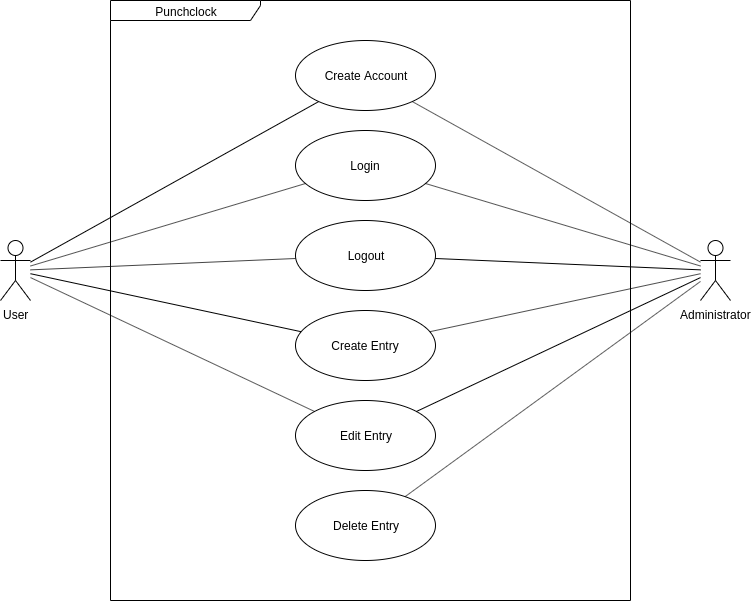
Before: documentation/images/UseCaseDiagram.png, a diagram exported from draw.io (DamienFlury/punchclock). Source tidied: cells renumbered, new cells last; positions are measured from the earlier drawing's top-left corner, leaving out a move shared by most shapes.
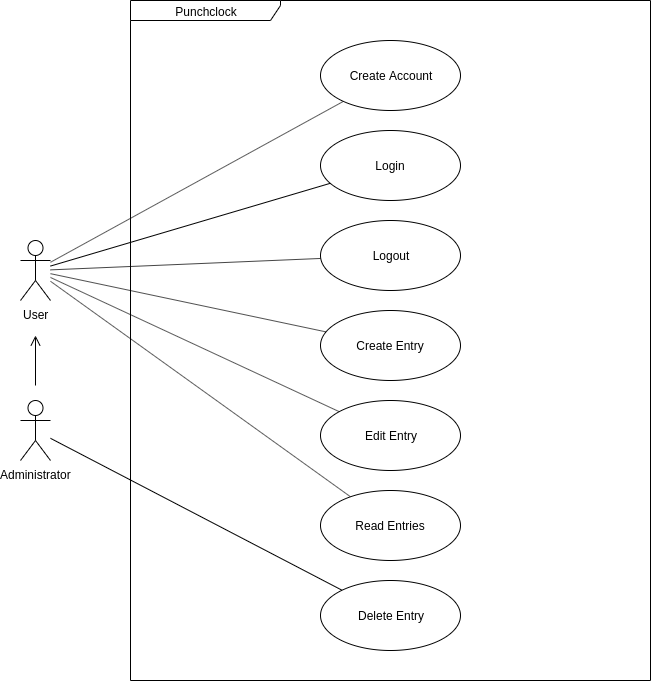
Later version of the same file.

Diff of the diagram source:
```diff
@@ -3,7 +3,7 @@
     <mxCell id="0" />
     <mxCell id="1" parent="0" />
     <mxCell id="2" value="Punchclock" style="shape=umlFrame;whiteSpace=wrap;html=1;width=150;height=20;" parent="1" vertex="1">
-      <mxGeometry x="110" width="520" height="600" as="geometry" />
+      <mxGeometry x="105" width="520" height="680" as="geometry" />
     </mxCell>
     <mxCell id="3" style="rounded=0;jettySize=auto;html=1;endArrow=none;endFill=0;" parent="1" edge="1" source="8" target="9">
       <mxGeometry relative="1" as="geometry" />
@@ -20,8 +20,11 @@
     <mxCell id="7" style="edgeStyle=none;rounded=0;jettySize=auto;html=1;endArrow=none;endFill=0;" parent="1" edge="1" source="8" target="12">
       <mxGeometry relative="1" as="geometry" />
     </mxCell>
+    <mxCell id="22" style="edgeStyle=none;rounded=1;jettySize=auto;html=1;endArrow=none;endFill=0;endSize=8;strokeColor=#000000;" parent="1" edge="1" source="8" target="24">
+      <mxGeometry relative="1" as="geometry" />
+    </mxCell>
     <mxCell id="8" value="User" style="shape=umlActor;verticalLabelPosition=bottom;labelBackgroundColor=#ffffff;verticalAlign=top;html=1;" parent="1" vertex="1">
-      <mxGeometry y="240" width="30" height="60" as="geometry" />
+      <mxGeometry x="-5" y="240" width="30" height="60" as="geometry" />
     </mxCell>
     <mxCell id="9" value="Create Account" style="ellipse;whiteSpace=wrap;html=1;" parent="1" vertex="1">
       <mxGeometry x="295" y="40" width="140" height="70" as="geometry" />
@@ -39,28 +42,22 @@
       <mxGeometry x="295" y="220" width="140" height="70" as="geometry" />
     </mxCell>
     <mxCell id="14" value="Delete Entry" style="ellipse;whiteSpace=wrap;html=1;" parent="1" vertex="1">
-      <mxGeometry x="295" y="490" width="140" height="70" as="geometry" />
+      <mxGeometry x="295" y="580" width="140" height="70" as="geometry" />
     </mxCell>
-    <mxCell id="15" style="edgeStyle=none;rounded=0;jettySize=auto;html=1;endArrow=none;endFill=0;" parent="1" edge="1" source="21" target="9">
-      <mxGeometry relative="1" as="geometry" />
-    </mxCell>
-    <mxCell id="16" style="edgeStyle=none;rounded=0;jettySize=auto;html=1;endArrow=none;endFill=0;" parent="1" edge="1" source="21" target="10">
-      <mxGeometry relative="1" as="geometry" />
-    </mxCell>
-    <mxCell id="17" style="edgeStyle=none;rounded=0;jettySize=auto;html=1;endArrow=none;endFill=0;" parent="1" edge="1" source="21" target="13">
-      <mxGeometry relative="1" as="geometry" />
-    </mxCell>
-    <mxCell id="18" style="edgeStyle=none;rounded=0;jettySize=auto;html=1;endArrow=none;endFill=0;" parent="1" edge="1" source="21" target="11">
-      <mxGeometry relative="1" as="geometry" />
-    </mxCell>
-    <mxCell id="19" style="edgeStyle=none;rounded=0;jettySize=auto;html=1;endArrow=none;endFill=0;" parent="1" edge="1" source="21" target="12">
-      <mxGeometry relative="1" as="geometry" />
-    </mxCell>
+    <mxCell id="23" style="edgeStyle=orthogonalEdgeStyle;rounded=1;orthogonalLoop=1;jettySize=auto;html=1;endArrow=open;endFill=0;endSize=8;strokeColor=#000000;" parent="1" edge="1">
+      <mxGeometry relative="1" as="geometry">
+        <mxPoint x="10" y="385" as="sourcePoint" />
+        <mxPoint x="10" y="335" as="targetPoint" />
+      </mxGeometry>
+    </mxCell>
-    <mxCell id="20" style="edgeStyle=none;rounded=0;jettySize=auto;html=1;endArrow=none;endFill=0;" parent="1" edge="1" source="21" target="14">
+    <mxCell id="20" style="rounded=1;jettySize=auto;html=1;endArrow=none;endFill=0;endSize=8;strokeColor=#000000;" parent="1" edge="1" source="21" target="14">
       <mxGeometry relative="1" as="geometry" />
     </mxCell>
     <mxCell id="21" value="Administrator" style="shape=umlActor;verticalLabelPosition=bottom;labelBackgroundColor=#ffffff;verticalAlign=top;html=1;" parent="1" vertex="1">
-      <mxGeometry x="700" y="240" width="30" height="60" as="geometry" />
+      <mxGeometry x="-5" y="400" width="30" height="60" as="geometry" />
     </mxCell>
+    <mxCell id="24" value="Read Entries" style="ellipse;whiteSpace=wrap;html=1;" parent="1" vertex="1">
+      <mxGeometry x="295" y="490" width="140" height="70" as="geometry" />
+    </mxCell>
   </root>
 </mxGraphModel>
```
